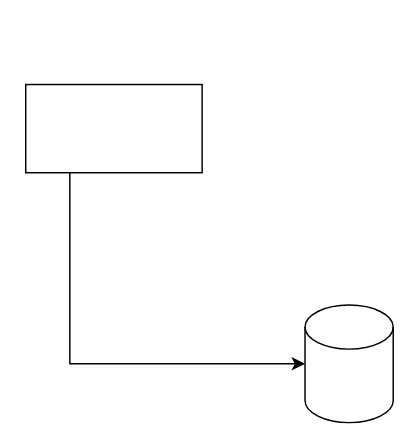
anurag171/system-design keeps this draw.io diagram as Untitled Diagram.drawio. Above is the earlier version. Source tidied: cells renumbered, new cells numbered last; positions are measured from the earlier drawing's top-left corner, leaving out a move shared by most shapes. Both pictures are drawn from the tidied source at 147%, with x=0, y=0 at pixel (25, 84).
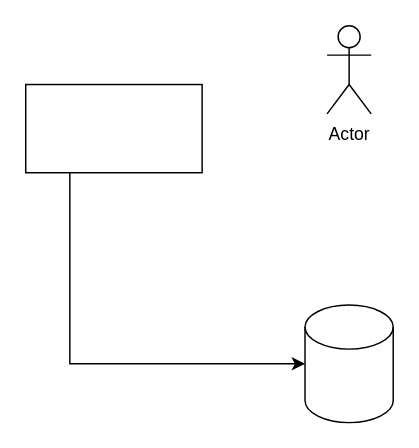
After the change.

Change to the diagram source:
```diff
@@
 <mxGraphModel>
   <root>
     <mxCell id="0" />
     <mxCell id="1" parent="0" />
     <mxCell id="2" style="rounded=0;whiteSpace=wrap;html=1;" parent="1" vertex="1">
       <mxGeometry width="120" height="60" as="geometry" />
     </mxCell>
     <mxCell id="3" style="shape=cylinder3;whiteSpace=wrap;html=1;boundedLbl=1;backgroundOutline=1;size=15;" parent="1" vertex="1">
       <mxGeometry x="190" y="150" width="60" height="80" as="geometry" />
     </mxCell>
     <mxCell id="4" style="endArrow=classic;html=1;rounded=0;exitX=0.25;exitY=1;exitDx=0;exitDy=0;" parent="1" edge="1" source="2" target="3">
       <mxGeometry relative="1" as="geometry">
         <Array as="points">
           <mxPoint x="30" y="190" />
         </Array>
       </mxGeometry>
     </mxCell>
+    <mxCell id="5" value="Actor" style="shape=umlActor;verticalLabelPosition=bottom;verticalAlign=top;html=1;" parent="1" vertex="1">
+      <mxGeometry x="205" y="-40" width="30" height="60" as="geometry" />
+    </mxCell>
   </root>
 </mxGraphModel>
```
